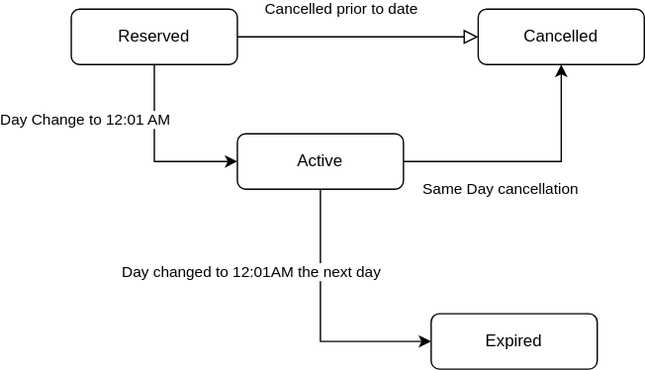
Above: docs/StateDiagramForPasses.svg in bcgov/parks-reso-api (draw.io), before the change. Source tidied: cells renumbered, new cells last; positions are measured from the earlier drawing's top-left corner, leaving out a move shared by most shapes. Its diagram source:
```xml
<mxGraphModel>
  <root>
    <mxCell id="0" />
    <mxCell id="1" parent="0" />
    <mxCell id="2" value="Cancelled prior to date" style="rounded=0;html=1;jettySize=auto;fontSize=11;endArrow=block;endFill=0;endSize=8;strokeWidth=1;shadow=0;labelBackgroundColor=none;edgeStyle=orthogonalEdgeStyle;exitX=1;exitY=0.5;exitDx=0;exitDy=0;entryX=0;entryY=0.5;entryDx=0;entryDy=0;" parent="1" edge="1" source="4" target="5">
      <mxGeometry x="-0.14" y="20" relative="1" as="geometry" />
    </mxCell>
    <mxCell id="3" value="Day Change to 12:01 AM" style="edgeStyle=orthogonalEdgeStyle;rounded=0;jettySize=auto;html=1;entryX=0;entryY=0.5;entryDx=0;entryDy=0;" parent="1" edge="1" source="4" target="8">
      <mxGeometry x="-0.38" y="-50" relative="1" as="geometry">
        <Array as="points">
          <mxPoint x="60" y="110" />
        </Array>
      </mxGeometry>
    </mxCell>
    <mxCell id="4" value="Reserved" style="rounded=1;whiteSpace=wrap;html=1;fontSize=12;glass=0;strokeWidth=1;shadow=0;" parent="1" vertex="1">
      <mxGeometry width="120" height="40" as="geometry" />
    </mxCell>
    <mxCell id="5" value="Cancelled" style="rounded=1;whiteSpace=wrap;html=1;fontSize=12;glass=0;strokeWidth=1;shadow=0;" parent="1" vertex="1">
      <mxGeometry x="294" width="120" height="40" as="geometry" />
    </mxCell>
    <mxCell id="6" value="Same Day cancellation" style="edgeStyle=orthogonalEdgeStyle;rounded=0;jettySize=auto;html=1;entryX=0.5;entryY=1;entryDx=0;entryDy=0;" parent="1" edge="1" source="8" target="5">
      <mxGeometry x="-0.24" y="-20" relative="1" as="geometry" />
    </mxCell>
    <mxCell id="7" value="Day changed to 12:01AM the next day" style="edgeStyle=orthogonalEdgeStyle;rounded=0;jettySize=auto;html=1;entryX=0;entryY=0.5;entryDx=0;entryDy=0;" parent="1" edge="1" source="8" target="9">
      <mxGeometry x="-0.37" y="-50" relative="1" as="geometry">
        <Array as="points">
          <mxPoint x="180" y="240" />
        </Array>
      </mxGeometry>
    </mxCell>
    <mxCell id="8" value="Active" style="rounded=1;whiteSpace=wrap;html=1;fontSize=12;glass=0;strokeWidth=1;shadow=0;" parent="1" vertex="1">
      <mxGeometry x="120" y="90" width="120" height="40" as="geometry" />
    </mxCell>
    <mxCell id="9" value="Expired" style="rounded=1;whiteSpace=wrap;html=1;fontSize=12;glass=0;strokeWidth=1;shadow=0;" parent="1" vertex="1">
      <mxGeometry x="260" y="220" width="120" height="40" as="geometry" />
    </mxCell>
  </root>
</mxGraphModel>
```
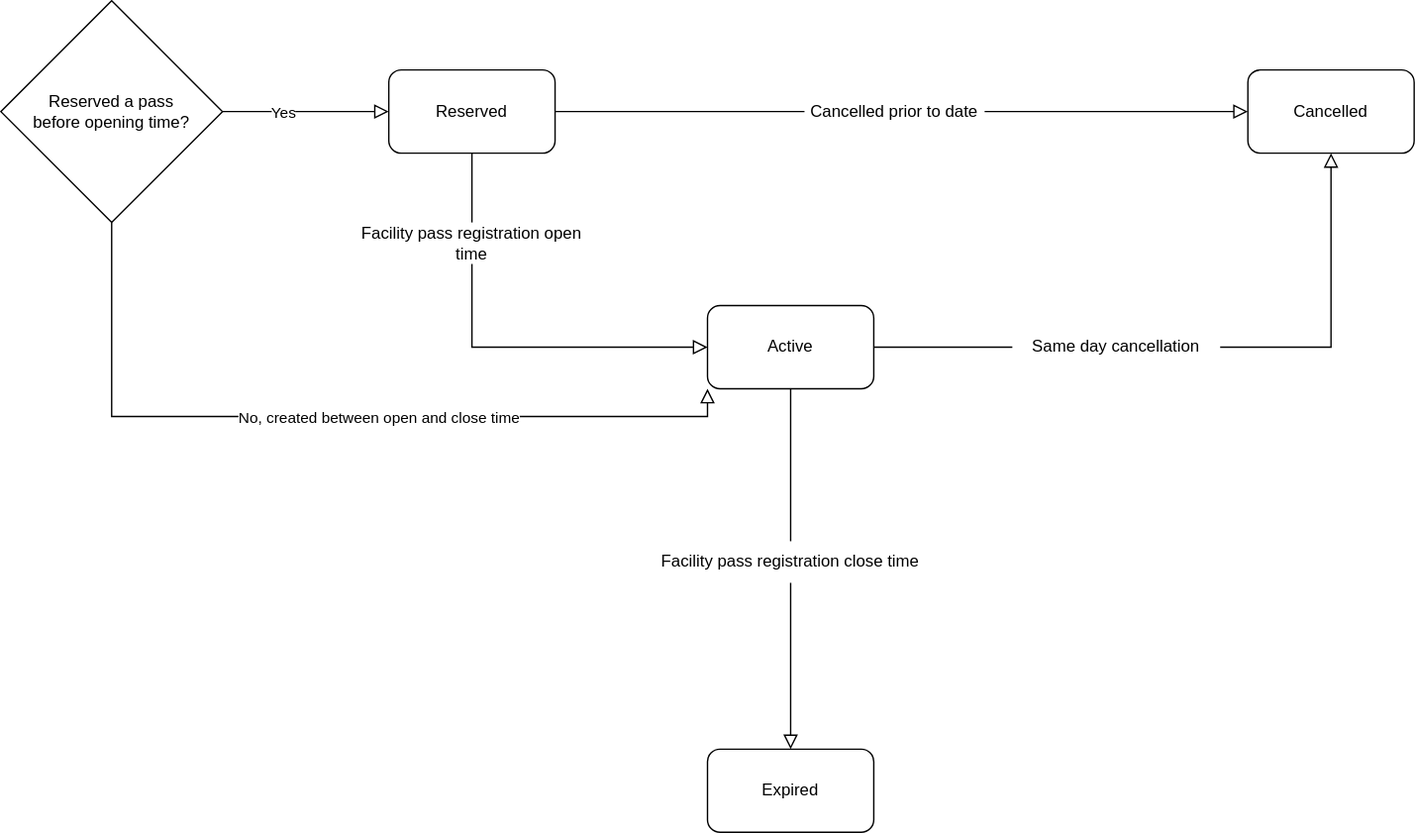
Later version of the same file.

Commit message:
NOBUG: Updating state diagram for passes

What changed in the source:
```diff
@@ -2,37 +2,68 @@
   <root>
     <mxCell id="0" />
     <mxCell id="1" parent="0" />
-    <mxCell id="2" value="Cancelled prior to date" style="rounded=0;html=1;jettySize=auto;fontSize=11;endArrow=block;endFill=0;endSize=8;strokeWidth=1;shadow=0;labelBackgroundColor=none;edgeStyle=orthogonalEdgeStyle;exitX=1;exitY=0.5;exitDx=0;exitDy=0;entryX=0;entryY=0.5;entryDx=0;entryDy=0;" parent="1" edge="1" source="4" target="5">
-      <mxGeometry x="-0.14" y="20" relative="1" as="geometry" />
+    <mxCell id="2" style="rounded=0;html=1;jettySize=auto;fontSize=11;endArrow=block;endFill=0;endSize=8;strokeWidth=1;shadow=0;labelBackgroundColor=none;edgeStyle=orthogonalEdgeStyle;entryX=0;entryY=0.5;entryDx=0;entryDy=0;exitX=0.5;exitY=1;exitDx=0;exitDy=0;startArrow=none;" parent="1" edge="1" source="24" target="8">
+      <mxGeometry relative="1" as="geometry" />
     </mxCell>
-    <mxCell id="3" value="Day Change to 12:01 AM" style="edgeStyle=orthogonalEdgeStyle;rounded=0;jettySize=auto;html=1;entryX=0;entryY=0.5;entryDx=0;entryDy=0;" parent="1" edge="1" source="4" target="8">
-      <mxGeometry x="-0.38" y="-50" relative="1" as="geometry">
-        <Array as="points">
-          <mxPoint x="60" y="110" />
-        </Array>
-      </mxGeometry>
-    </mxCell>
     <mxCell id="4" value="Reserved" style="rounded=1;whiteSpace=wrap;html=1;fontSize=12;glass=0;strokeWidth=1;shadow=0;" parent="1" vertex="1">
-      <mxGeometry width="120" height="40" as="geometry" />
+      <mxGeometry x="320" y="-30" width="120" height="60" as="geometry" />
     </mxCell>
-    <mxCell id="5" value="Cancelled" style="rounded=1;whiteSpace=wrap;html=1;fontSize=12;glass=0;strokeWidth=1;shadow=0;" parent="1" vertex="1">
-      <mxGeometry x="294" width="120" height="40" as="geometry" />
+    <mxCell id="5" value="Cancelled" style="rounded=1;whiteSpace=wrap;html=1;" parent="1" vertex="1">
+      <mxGeometry x="940" y="-30" width="120" height="60" as="geometry" />
     </mxCell>
-    <mxCell id="6" value="Same Day cancellation" style="edgeStyle=orthogonalEdgeStyle;rounded=0;jettySize=auto;html=1;entryX=0.5;entryY=1;entryDx=0;entryDy=0;" parent="1" edge="1" source="8" target="5">
-      <mxGeometry x="-0.24" y="-20" relative="1" as="geometry" />
-    </mxCell>
-    <mxCell id="7" value="Day changed to 12:01AM the next day" style="edgeStyle=orthogonalEdgeStyle;rounded=0;jettySize=auto;html=1;entryX=0;entryY=0.5;entryDx=0;entryDy=0;" parent="1" edge="1" source="8" target="9">
-      <mxGeometry x="-0.37" y="-50" relative="1" as="geometry">
-        <Array as="points">
-          <mxPoint x="180" y="240" />
-        </Array>
-      </mxGeometry>
-    </mxCell>
-    <mxCell id="8" value="Active" style="rounded=1;whiteSpace=wrap;html=1;fontSize=12;glass=0;strokeWidth=1;shadow=0;" parent="1" vertex="1">
-      <mxGeometry x="120" y="90" width="120" height="40" as="geometry" />
+    <mxCell id="8" value="Active" style="rounded=1;whiteSpace=wrap;html=1;" parent="1" vertex="1">
+      <mxGeometry x="550" y="140" width="120" height="60" as="geometry" />
     </mxCell>
-    <mxCell id="9" value="Expired" style="rounded=1;whiteSpace=wrap;html=1;fontSize=12;glass=0;strokeWidth=1;shadow=0;" parent="1" vertex="1">
-      <mxGeometry x="260" y="220" width="120" height="40" as="geometry" />
+    <mxCell id="9" value="Expired" style="rounded=1;whiteSpace=wrap;html=1;" parent="1" vertex="1">
+      <mxGeometry x="550" y="460" width="120" height="60" as="geometry" />
     </mxCell>
+    <mxCell id="10" style="rounded=0;html=1;jettySize=auto;fontSize=11;endArrow=block;endFill=0;endSize=8;strokeWidth=1;shadow=0;labelBackgroundColor=none;edgeStyle=orthogonalEdgeStyle;entryX=0;entryY=0.5;entryDx=0;entryDy=0;exitX=1;exitY=0.5;exitDx=0;exitDy=0;startArrow=none;" parent="1" edge="1" source="18" target="5">
+      <mxGeometry relative="1" as="geometry" />
+    </mxCell>
+    <mxCell id="11" style="rounded=0;html=1;jettySize=auto;fontSize=11;endArrow=block;endFill=0;endSize=8;strokeWidth=1;shadow=0;labelBackgroundColor=none;edgeStyle=orthogonalEdgeStyle;entryX=0.5;entryY=1;entryDx=0;entryDy=0;exitX=1;exitY=0.5;exitDx=0;exitDy=0;startArrow=none;" parent="1" edge="1" source="20" target="5">
+      <mxGeometry relative="1" as="geometry" />
+    </mxCell>
+    <mxCell id="12" value="Reserved a pass&lt;br&gt;before opening time?" style="rhombus;whiteSpace=wrap;html=1;" parent="1" vertex="1">
+      <mxGeometry x="40" y="-80" width="160" height="160" as="geometry" />
+    </mxCell>
+    <mxCell id="13" style="rounded=0;html=1;jettySize=auto;fontSize=11;endArrow=block;endFill=0;endSize=8;strokeWidth=1;shadow=0;labelBackgroundColor=none;edgeStyle=orthogonalEdgeStyle;entryX=0;entryY=0.5;entryDx=0;entryDy=0;exitX=1;exitY=0.5;exitDx=0;exitDy=0;" parent="1" edge="1" source="12" target="4">
+      <mxGeometry relative="1" as="geometry" />
+    </mxCell>
+    <mxCell id="14" value="Yes" style="edgeLabel;html=1;align=center;verticalAlign=middle;" parent="13" vertex="1">
+      <mxGeometry x="-0.28" relative="1" as="geometry" />
+    </mxCell>
+    <mxCell id="15" style="rounded=0;html=1;jettySize=auto;fontSize=11;endArrow=block;endFill=0;endSize=8;strokeWidth=1;shadow=0;labelBackgroundColor=none;edgeStyle=orthogonalEdgeStyle;entryX=0.5;entryY=0;entryDx=0;entryDy=0;exitX=0.5;exitY=1;exitDx=0;exitDy=0;startArrow=none;" parent="1" edge="1" source="22" target="9">
+      <mxGeometry relative="1" as="geometry" />
+    </mxCell>
+    <mxCell id="16" style="rounded=0;html=1;jettySize=auto;fontSize=11;endArrow=block;endFill=0;endSize=8;strokeWidth=1;shadow=0;labelBackgroundColor=none;edgeStyle=orthogonalEdgeStyle;entryX=0;entryY=1;entryDx=0;entryDy=0;exitX=0.5;exitY=1;exitDx=0;exitDy=0;" parent="1" edge="1" source="12" target="8">
+      <mxGeometry relative="1" as="geometry" />
+    </mxCell>
+    <mxCell id="17" value="No, created between open and close time" style="edgeLabel;html=1;align=center;verticalAlign=middle;" parent="16" vertex="1">
+      <mxGeometry x="0.12" relative="1" as="geometry" />
+    </mxCell>
+    <mxCell id="18" value="Cancelled prior to date" style="text;html=1;strokeColor=none;fillColor=none;align=center;verticalAlign=middle;whiteSpace=wrap;rounded=0;" parent="1" vertex="1">
+      <mxGeometry x="620" y="-15" width="130" height="30" as="geometry" />
+    </mxCell>
+    <mxCell id="19" style="rounded=0;html=1;jettySize=auto;fontSize=11;endArrow=none;endFill=0;endSize=8;strokeWidth=1;shadow=0;labelBackgroundColor=none;edgeStyle=orthogonalEdgeStyle;entryX=0;entryY=0.5;entryDx=0;entryDy=0;exitX=1;exitY=0.5;exitDx=0;exitDy=0;" parent="1" edge="1" source="4" target="18">
+      <mxGeometry relative="1" as="geometry" />
+    </mxCell>
+    <mxCell id="20" value="Same day cancellation" style="text;html=1;strokeColor=none;fillColor=none;align=center;verticalAlign=middle;whiteSpace=wrap;rounded=0;" parent="1" vertex="1">
+      <mxGeometry x="770" y="155" width="150" height="30" as="geometry" />
+    </mxCell>
+    <mxCell id="21" style="rounded=0;html=1;jettySize=auto;fontSize=11;endArrow=none;endFill=0;endSize=8;strokeWidth=1;shadow=0;labelBackgroundColor=none;edgeStyle=orthogonalEdgeStyle;entryX=0;entryY=0.5;entryDx=0;entryDy=0;exitX=1;exitY=0.5;exitDx=0;exitDy=0;" parent="1" edge="1" source="8" target="20">
+      <mxGeometry relative="1" as="geometry" />
+    </mxCell>
+    <mxCell id="22" value="Facility pass registration close time" style="text;html=1;strokeColor=none;fillColor=none;align=center;verticalAlign=middle;whiteSpace=wrap;rounded=0;" parent="1" vertex="1">
+      <mxGeometry x="510" y="310" width="200" height="30" as="geometry" />
+    </mxCell>
+    <mxCell id="23" style="rounded=0;html=1;jettySize=auto;fontSize=11;endArrow=none;endFill=0;endSize=8;strokeWidth=1;shadow=0;labelBackgroundColor=none;edgeStyle=orthogonalEdgeStyle;entryX=0.5;entryY=0;entryDx=0;entryDy=0;exitX=0.5;exitY=1;exitDx=0;exitDy=0;" parent="1" edge="1" source="8" target="22">
+      <mxGeometry relative="1" as="geometry" />
+    </mxCell>
+    <mxCell id="24" value="Facility pass registration open time" style="text;html=1;strokeColor=none;fillColor=none;align=center;verticalAlign=middle;whiteSpace=wrap;rounded=0;" parent="1" vertex="1">
+      <mxGeometry x="295" y="80" width="170" height="30" as="geometry" />
+    </mxCell>
+    <mxCell id="25" style="rounded=0;html=1;jettySize=auto;fontSize=11;endArrow=none;endFill=0;endSize=8;strokeWidth=1;shadow=0;labelBackgroundColor=none;edgeStyle=orthogonalEdgeStyle;entryX=0.5;entryY=0;entryDx=0;entryDy=0;exitX=0.5;exitY=1;exitDx=0;exitDy=0;" parent="1" edge="1" source="4" target="24">
+      <mxGeometry relative="1" as="geometry" />
+    </mxCell>
   </root>
 </mxGraphModel>
```
